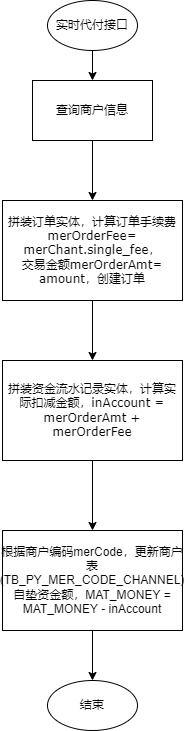
The draw.io diagram 商户交易手续费计算.png in songyibo2019/mydiagrams, before a commit. Source tidied: cells renumbered, new cells last; positions are measured from the earlier drawing's top-left corner, leaving out a move shared by most shapes.
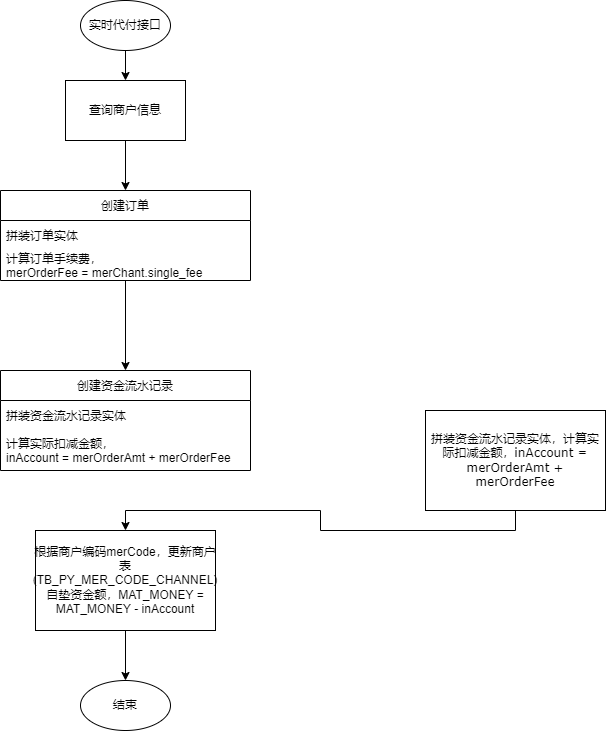
Later version of the same file.

Commit message:
Update 商户交易手续费计算.png

What changed in the source:
```diff
@@ -8,23 +8,17 @@
     <mxCell id="3" value="实时代付接口" style="ellipse;whiteSpace=wrap;html=1;" parent="1" vertex="1">
       <mxGeometry x="45" width="90" height="50" as="geometry" />
     </mxCell>
-    <mxCell id="4" style="edgeStyle=orthogonalEdgeStyle;rounded=0;jettySize=auto;html=1;exitX=0.5;exitY=1;exitDx=0;exitDy=0;entryX=0.5;entryY=0;entryDx=0;entryDy=0;" parent="1" edge="1" source="5" target="7">
-      <mxGeometry relative="1" as="geometry" />
-    </mxCell>
+    <mxCell id="13" style="edgeStyle=orthogonalEdgeStyle;rounded=0;jettySize=auto;html=1;exitX=0.5;exitY=1;exitDx=0;exitDy=0;entryX=0.5;entryY=0;entryDx=0;entryDy=0;" parent="1" edge="1" source="5" target="15">
+      <mxGeometry relative="1" as="geometry" />
+    </mxCell>
     <mxCell id="5" value="查询商户信息" style="rounded=0;whiteSpace=wrap;html=1;" parent="1" vertex="1">
       <mxGeometry x="30" y="80" width="120" height="60" as="geometry" />
     </mxCell>
-    <mxCell id="6" style="edgeStyle=orthogonalEdgeStyle;rounded=0;jettySize=auto;html=1;exitX=0.5;exitY=1;exitDx=0;exitDy=0;entryX=0.5;entryY=0;entryDx=0;entryDy=0;" parent="1" edge="1" source="7" target="9">
-      <mxGeometry relative="1" as="geometry" />
-    </mxCell>
-    <mxCell id="7" value="&lt;span style=&quot;font-family: &amp;#34;verdana&amp;#34; ; font-size: 8px&quot;&gt;拼装订单实体，计算订单手续费&lt;/span&gt;&lt;span style=&quot;font-family: &amp;#34;verdana&amp;#34; ; font-size: 8px&quot;&gt;merOrderFee=&lt;br&gt;merChant.&lt;/span&gt;&lt;span style=&quot;font-family: &amp;#34;verdana&amp;#34; ; font-size: 8px&quot;&gt;single_fee，&lt;/span&gt;&lt;br style=&quot;font-family: &amp;#34;verdana&amp;#34; ; font-size: 8px&quot;&gt;&lt;span style=&quot;font-family: &amp;#34;verdana&amp;#34; ; font-size: 8px&quot;&gt;交易金额merOrderAmt=&lt;br&gt;&lt;/span&gt;&lt;span style=&quot;font-family: &amp;#34;verdana&amp;#34; ; font-size: 8px&quot;&gt;amount，&lt;/span&gt;&lt;span style=&quot;font-family: &amp;#34;verdana&amp;#34; ; font-size: 8px&quot;&gt;创建订单&lt;/span&gt;" style="rounded=0;whiteSpace=wrap;html=1;" parent="1" vertex="1">
-      <mxGeometry y="200" width="180" height="100" as="geometry" />
-    </mxCell>
     <mxCell id="8" style="edgeStyle=orthogonalEdgeStyle;rounded=0;jettySize=auto;html=1;exitX=0.5;exitY=1;exitDx=0;exitDy=0;entryX=0.5;entryY=0;entryDx=0;entryDy=0;" parent="1" edge="1" source="9" target="11">
       <mxGeometry relative="1" as="geometry" />
     </mxCell>
     <mxCell id="9" value="&lt;span style=&quot;font-family: &amp;#34;verdana&amp;#34; ; font-size: 8px&quot;&gt;拼装资金流水记录实体，计算实际扣减金额，&lt;/span&gt;&lt;font face=&quot;verdana&quot;&gt;&lt;span style=&quot;font-size: 8px&quot;&gt;inAccount = merOrderAmt + merOrderFee&lt;/span&gt;&lt;/font&gt;" style="rounded=0;whiteSpace=wrap;html=1;" parent="1" vertex="1">
-      <mxGeometry y="360" width="180" height="100" as="geometry" />
+      <mxGeometry x="390" y="410" width="180" height="100" as="geometry" />
     </mxCell>
     <mxCell id="10" style="edgeStyle=orthogonalEdgeStyle;rounded=0;jettySize=auto;html=1;exitX=0.5;exitY=1;exitDx=0;exitDy=0;entryX=0.5;entryY=0;entryDx=0;entryDy=0;" parent="1" edge="1" source="11" target="12">
       <mxGeometry relative="1" as="geometry" />
@@ -35,5 +29,28 @@
     <mxCell id="12" value="结束" style="ellipse;whiteSpace=wrap;html=1;" parent="1" vertex="1">
       <mxGeometry x="45" y="680" width="90" height="50" as="geometry" />
     </mxCell>
+    <mxCell id="14" style="edgeStyle=orthogonalEdgeStyle;rounded=0;jettySize=auto;html=1;" parent="1" edge="1" source="15">
+      <mxGeometry relative="1" as="geometry">
+        <mxPoint x="90" y="370" as="targetPoint" />
+      </mxGeometry>
+    </mxCell>
+    <mxCell id="15" value="创建订单" style="swimlane;fontStyle=0;horizontal=1;startSize=30;" parent="1" vertex="1">
+      <mxGeometry x="-35" y="190" width="250" height="90" as="geometry" />
+    </mxCell>
+    <mxCell id="16" value="拼装订单实体" style="text;strokeColor=none;fillColor=none;align=left;verticalAlign=middle;spacingLeft=4;spacingRight=4;overflow=hidden;" parent="15" vertex="1">
+      <mxGeometry y="30" width="250" height="30" as="geometry" />
+    </mxCell>
+    <mxCell id="17" value="计算订单手续费，&#10;merOrderFee = merChant.single_fee" style="text;strokeColor=none;fillColor=none;align=left;verticalAlign=middle;spacingLeft=4;spacingRight=4;overflow=hidden;" parent="15" vertex="1">
+      <mxGeometry y="60" width="250" height="30" as="geometry" />
+    </mxCell>
+    <mxCell id="18" value="创建资金流水记录" style="swimlane;fontStyle=0;horizontal=1;startSize=30;" parent="1" vertex="1">
+      <mxGeometry x="-35" y="370" width="250" height="100" as="geometry" />
+    </mxCell>
+    <mxCell id="19" value="拼装资金流水记录实体" style="text;strokeColor=none;fillColor=none;align=left;verticalAlign=middle;spacingLeft=4;spacingRight=4;overflow=hidden;" parent="18" vertex="1">
+      <mxGeometry y="30" width="250" height="30" as="geometry" />
+    </mxCell>
+    <mxCell id="20" value="计算实际扣减金额，&#10;inAccount = merOrderAmt + merOrderFee" style="text;strokeColor=none;fillColor=none;align=left;verticalAlign=middle;spacingLeft=4;spacingRight=4;overflow=hidden;" parent="18" vertex="1">
+      <mxGeometry y="60" width="250" height="40" as="geometry" />
+    </mxCell>
   </root>
 </mxGraphModel>
```
